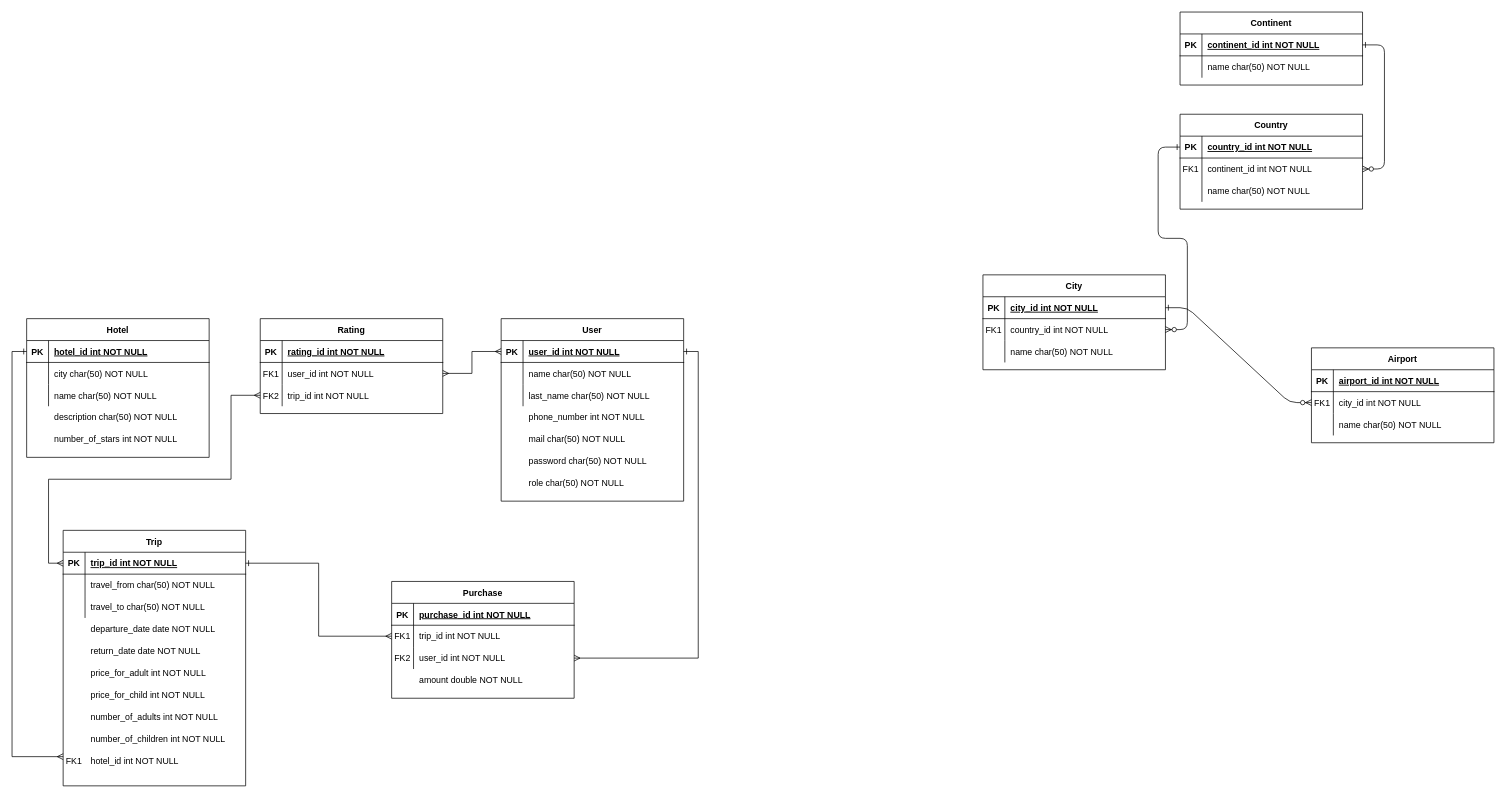
Earlier version of the draw.io diagram Diagram bez tytułu.drawio (bartlomiej-druszcz/travel-office). Source tidied: cells renumbered, new cells numbered last; positions are measured from the earlier drawing's top-left corner, leaving out a move shared by most shapes. Both pictures are drawn from the tidied source at 73%, with x=0, y=0 at pixel (12, 12).
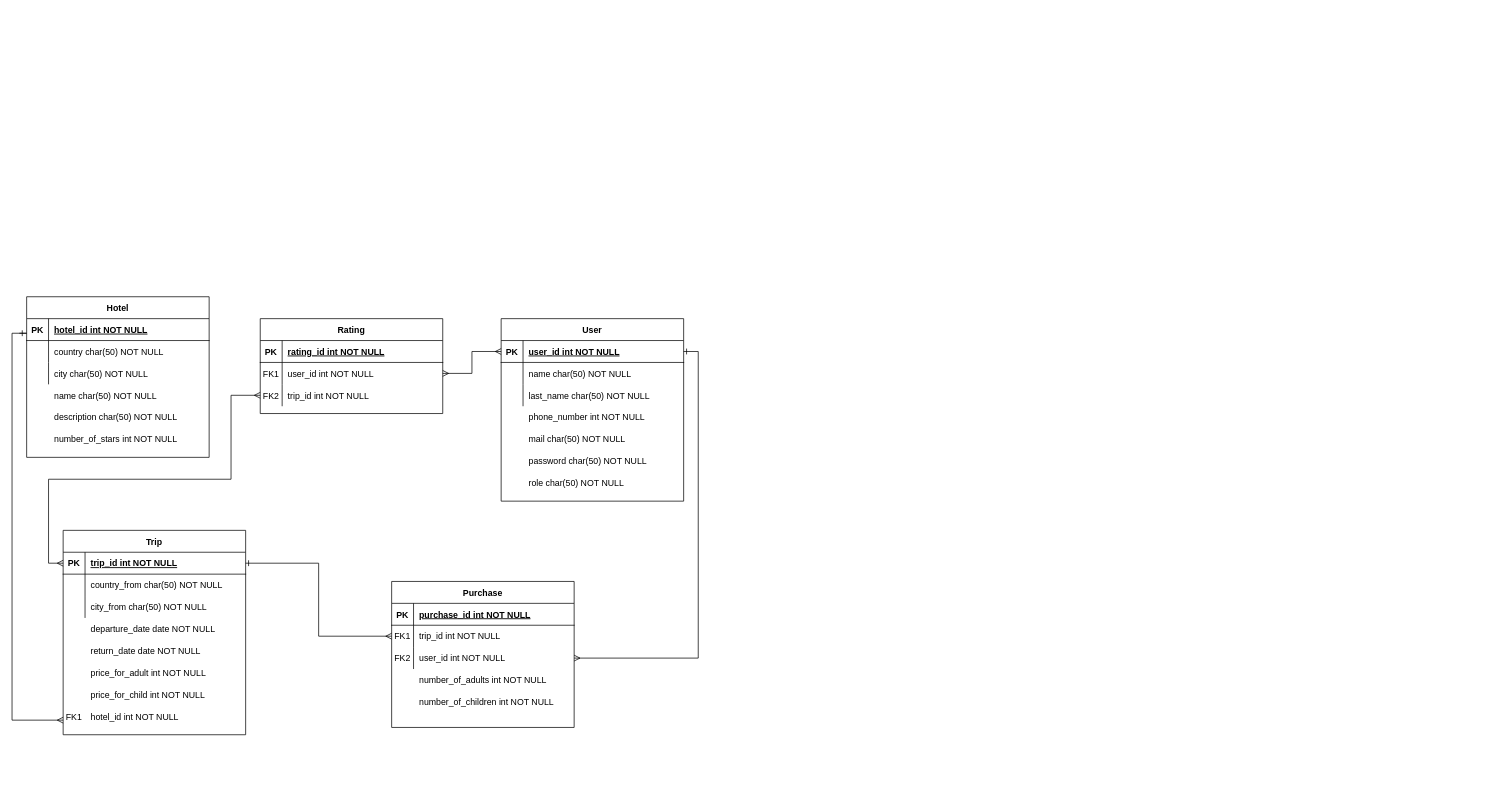
The same diagram, later.

Unchanged cells that the change refers to:
```xml
<mxCell id="43" style="shape=partialRectangle;fillColor=none;top=0;left=0;right=0;bottom=0;" parent="39" vertex="1">
  <mxGeometry y="60" width="250" height="30" as="geometry" />
</mxCell>
<mxCell id="46" style="shape=partialRectangle;fillColor=none;top=0;left=0;right=0;bottom=0;" parent="39" vertex="1">
  <mxGeometry y="90" width="250" height="30" as="geometry" />
</mxCell>
<mxCell id="54" style="shape=partialRectangle;fillColor=none;points=[[0,0.5],[1,0.5]];portConstraint=eastwest;top=0;left=0;right=0;bottom=1;" parent="53" vertex="1">
  <mxGeometry y="30" width="250" height="30" as="geometry" />
</mxCell>
<mxCell id="57" style="shape=partialRectangle;fillColor=none;top=0;left=0;right=0;bottom=0;" parent="53" vertex="1">
  <mxGeometry y="60" width="250" height="30" as="geometry" />
</mxCell>
<mxCell id="60" style="shape=partialRectangle;fillColor=none;top=0;left=0;right=0;bottom=0;" parent="53" vertex="1">
  <mxGeometry y="90" width="250" height="30" as="geometry" />
</mxCell>
```

What changed in the source:
```diff
@@
-    <mxCell id="2" value="City" style="shape=table;startSize=30;childLayout=tableLayout;rowLines=0;fontStyle=1;align=center;" parent="1" vertex="1">
-      <mxGeometry x="1330" y="360" width="250" height="130" as="geometry" />
-    </mxCell>
-    <mxCell id="3" style="shape=partialRectangle;fillColor=none;points=[[0,0.5],[1,0.5]];portConstraint=eastwest;top=0;left=0;right=0;bottom=1;" parent="2" vertex="1">
-      <mxGeometry y="30" width="250" height="30" as="geometry" />
-    </mxCell>
-    <mxCell id="4" value="PK" style="shape=partialRectangle;overflow=hidden;fillColor=none;top=0;left=0;bottom=0;right=0;fontStyle=1;" parent="3" vertex="1">
-      <mxGeometry width="30" height="30" as="geometry" />
-    </mxCell>
-    <mxCell id="5" value="city_id int NOT NULL " style="shape=partialRectangle;overflow=hidden;fillColor=none;top=0;left=0;bottom=0;right=0;align=left;spacingLeft=6;fontStyle=5;" parent="3" vertex="1">
-      <mxGeometry x="30" width="220" height="30" as="geometry" />
-    </mxCell>
-    <mxCell id="6" style="shape=partialRectangle;fillColor=none;points=[[0,0.5],[1,0.5]];portConstraint=eastwest;top=0;left=0;right=0;bottom=0;" parent="2" vertex="1">
-      <mxGeometry y="60" width="250" height="30" as="geometry" />
-    </mxCell>
-    <mxCell id="7" value="FK1" style="shape=partialRectangle;overflow=hidden;fillColor=none;top=0;left=0;bottom=0;right=0;" parent="6" vertex="1">
-      <mxGeometry width="30" height="30" as="geometry" />
-    </mxCell>
-    <mxCell id="8" value="country_id int NOT NULL" style="shape=partialRectangle;overflow=hidden;fillColor=none;top=0;left=0;bottom=0;right=0;align=left;spacingLeft=6;" parent="6" vertex="1">
-      <mxGeometry x="30" width="220" height="30" as="geometry" />
-    </mxCell>
-    <mxCell id="9" style="shape=partialRectangle;fillColor=none;top=0;left=0;right=0;bottom=0;" parent="2" vertex="1">
-      <mxGeometry y="90" width="250" height="30" as="geometry" />
-    </mxCell>
-    <mxCell id="10" style="shape=partialRectangle;overflow=hidden;fillColor=none;top=0;left=0;bottom=0;right=0;" parent="9" vertex="1">
-      <mxGeometry width="30" height="30" as="geometry" />
-    </mxCell>
-    <mxCell id="11" value="name char(50) NOT NULL" style="shape=partialRectangle;overflow=hidden;fillColor=none;top=0;left=0;bottom=0;right=0;align=left;spacingLeft=6;" parent="9" vertex="1">
-      <mxGeometry x="30" width="220" height="30" as="geometry" />
-    </mxCell>
-    <mxCell id="12" value="Country" style="shape=table;startSize=30;childLayout=tableLayout;rowLines=0;fontStyle=1;align=center;" parent="1" vertex="1">
-      <mxGeometry x="1600" y="140" width="250" height="130" as="geometry" />
-    </mxCell>
-    <mxCell id="13" style="shape=partialRectangle;fillColor=none;points=[[0,0.5],[1,0.5]];portConstraint=eastwest;top=0;left=0;right=0;bottom=1;" parent="12" vertex="1">
-      <mxGeometry y="30" width="250" height="30" as="geometry" />
-    </mxCell>
-    <mxCell id="14" value="PK" style="shape=partialRectangle;overflow=hidden;fillColor=none;top=0;left=0;bottom=0;right=0;fontStyle=1;" parent="13" vertex="1">
-      <mxGeometry width="30" height="30" as="geometry" />
-    </mxCell>
-    <mxCell id="15" value="country_id int NOT NULL " style="shape=partialRectangle;overflow=hidden;fillColor=none;top=0;left=0;bottom=0;right=0;align=left;spacingLeft=6;fontStyle=5;" parent="13" vertex="1">
-      <mxGeometry x="30" width="220" height="30" as="geometry" />
-    </mxCell>
-    <mxCell id="16" style="shape=partialRectangle;fillColor=none;points=[[0,0.5],[1,0.5]];portConstraint=eastwest;top=0;left=0;right=0;bottom=0;" parent="12" vertex="1">
-      <mxGeometry y="60" width="250" height="30" as="geometry" />
-    </mxCell>
-    <mxCell id="17" value="FK1" style="shape=partialRectangle;overflow=hidden;fillColor=none;top=0;left=0;bottom=0;right=0;" parent="16" vertex="1">
-      <mxGeometry width="30" height="30" as="geometry" />
-    </mxCell>
-    <mxCell id="18" value="continent_id int NOT NULL" style="shape=partialRectangle;overflow=hidden;fillColor=none;top=0;left=0;bottom=0;right=0;align=left;spacingLeft=6;" parent="16" vertex="1">
-      <mxGeometry x="30" width="220" height="30" as="geometry" />
-    </mxCell>
-    <mxCell id="19" style="shape=partialRectangle;fillColor=none;top=0;left=0;right=0;bottom=0;" parent="12" vertex="1">
-      <mxGeometry y="90" width="250" height="30" as="geometry" />
-    </mxCell>
-    <mxCell id="20" style="shape=partialRectangle;overflow=hidden;fillColor=none;top=0;left=0;bottom=0;right=0;" parent="19" vertex="1">
-      <mxGeometry width="30" height="30" as="geometry" />
-    </mxCell>
-    <mxCell id="21" value="name char(50) NOT NULL" style="shape=partialRectangle;overflow=hidden;fillColor=none;top=0;left=0;bottom=0;right=0;align=left;spacingLeft=6;" parent="19" vertex="1">
-      <mxGeometry x="30" width="220" height="30" as="geometry" />
-    </mxCell>
-    <mxCell id="22" value="Continent" style="shape=table;startSize=30;childLayout=tableLayout;rowLines=0;fontStyle=1;align=center;" parent="1" vertex="1">
-      <mxGeometry x="1600" width="250" height="100" as="geometry" />
-    </mxCell>
-    <mxCell id="23" style="shape=partialRectangle;fillColor=none;points=[[0,0.5],[1,0.5]];portConstraint=eastwest;top=0;left=0;right=0;bottom=1;" parent="22" vertex="1">
-      <mxGeometry y="30" width="250" height="30" as="geometry" />
-    </mxCell>
-    <mxCell id="24" value="PK" style="shape=partialRectangle;overflow=hidden;fillColor=none;top=0;left=0;bottom=0;right=0;fontStyle=1;" parent="23" vertex="1">
-      <mxGeometry width="30" height="30" as="geometry" />
-    </mxCell>
-    <mxCell id="25" value="continent_id int NOT NULL " style="shape=partialRectangle;overflow=hidden;fillColor=none;top=0;left=0;bottom=0;right=0;align=left;spacingLeft=6;fontStyle=5;" parent="23" vertex="1">
-      <mxGeometry x="30" width="220" height="30" as="geometry" />
-    </mxCell>
-    <mxCell id="26" style="shape=partialRectangle;fillColor=none;top=0;left=0;right=0;bottom=0;" parent="22" vertex="1">
-      <mxGeometry y="60" width="250" height="30" as="geometry" />
-    </mxCell>
-    <mxCell id="27" style="shape=partialRectangle;overflow=hidden;fillColor=none;top=0;left=0;bottom=0;right=0;" parent="26" vertex="1">
-      <mxGeometry width="30" height="30" as="geometry" />
-    </mxCell>
-    <mxCell id="28" value="name char(50) NOT NULL" style="shape=partialRectangle;overflow=hidden;fillColor=none;top=0;left=0;bottom=0;right=0;align=left;spacingLeft=6;" parent="26" vertex="1">
-      <mxGeometry x="30" width="220" height="30" as="geometry" />
-    </mxCell>
-    <mxCell id="29" value="Airport" style="shape=table;startSize=30;childLayout=tableLayout;rowLines=0;fontStyle=1;align=center;" parent="1" vertex="1">
-      <mxGeometry x="1780" y="460" width="250" height="130" as="geometry" />
-    </mxCell>
-    <mxCell id="30" style="shape=partialRectangle;fillColor=none;top=0;left=0;right=0;bottom=1;" parent="29" vertex="1">
-      <mxGeometry y="30" width="250" height="30" as="geometry" />
-    </mxCell>
-    <mxCell id="31" value="PK" style="shape=partialRectangle;overflow=hidden;fillColor=none;top=0;left=0;bottom=0;right=0;fontStyle=1;" parent="30" vertex="1">
-      <mxGeometry width="30" height="30" as="geometry" />
-    </mxCell>
-    <mxCell id="32" value="airport_id int NOT NULL " style="shape=partialRectangle;overflow=hidden;fillColor=none;top=0;left=0;bottom=0;right=0;align=left;spacingLeft=6;fontStyle=5;" parent="30" vertex="1">
-      <mxGeometry x="30" width="220" height="30" as="geometry" />
-    </mxCell>
-    <mxCell id="33" style="shape=partialRectangle;fillColor=none;points=[[0,0.5],[1,0.5]];portConstraint=eastwest;top=0;left=0;right=0;bottom=0;" parent="29" vertex="1">
-      <mxGeometry y="60" width="250" height="30" as="geometry" />
-    </mxCell>
-    <mxCell id="34" value="FK1" style="shape=partialRectangle;overflow=hidden;fillColor=none;top=0;left=0;bottom=0;right=0;" parent="33" vertex="1">
-      <mxGeometry width="30" height="30" as="geometry" />
-    </mxCell>
-    <mxCell id="35" value="city_id int NOT NULL" style="shape=partialRectangle;overflow=hidden;fillColor=none;top=0;left=0;bottom=0;right=0;align=left;spacingLeft=6;" parent="33" vertex="1">
-      <mxGeometry x="30" width="220" height="30" as="geometry" />
-    </mxCell>
-    <mxCell id="36" style="shape=partialRectangle;fillColor=none;top=0;left=0;right=0;bottom=0;" parent="29" vertex="1">
-      <mxGeometry y="90" width="250" height="30" as="geometry" />
-    </mxCell>
-    <mxCell id="37" style="shape=partialRectangle;overflow=hidden;fillColor=none;top=0;left=0;bottom=0;right=0;" parent="36" vertex="1">
-      <mxGeometry width="30" height="30" as="geometry" />
-    </mxCell>
-    <mxCell id="38" value="name char(50) NOT NULL" style="shape=partialRectangle;overflow=hidden;fillColor=none;top=0;left=0;bottom=0;right=0;align=left;spacingLeft=6;" parent="36" vertex="1">
-      <mxGeometry x="30" width="220" height="30" as="geometry" />
-    </mxCell>
     <mxCell id="39" value="Trip" style="shape=table;startSize=30;childLayout=tableLayout;rowLines=0;fontStyle=1;align=center;" parent="1" vertex="1">
-      <mxGeometry x="70" y="710" width="250" height="350" as="geometry" />
+      <mxGeometry x="70" y="710" width="250" height="280" as="geometry" />
     </mxCell>
@@
-    <mxCell id="45" value="travel_from char(50) NOT NULL" style="shape=partialRectangle;overflow=hidden;fillColor=none;top=0;left=0;bottom=0;right=0;align=left;spacingLeft=6;" parent="43" vertex="1">
+    <mxCell id="45" value="country_from char(50) NOT NULL" style="shape=partialRectangle;overflow=hidden;fillColor=none;top=0;left=0;bottom=0;right=0;align=left;spacingLeft=6;" parent="43" vertex="1">
       <mxGeometry x="30" width="220" height="30" as="geometry" />
     </mxCell>
@@
-    <mxCell id="48" value="travel_to char(50) NOT NULL" style="shape=partialRectangle;overflow=hidden;fillColor=none;top=0;left=0;bottom=0;right=0;align=left;spacingLeft=6;" parent="46" vertex="1">
+    <mxCell id="48" value="city_from char(50) NOT NULL" style="shape=partialRectangle;overflow=hidden;fillColor=none;top=0;left=0;bottom=0;right=0;align=left;spacingLeft=6;" parent="46" vertex="1">
       <mxGeometry x="30" width="220" height="30" as="geometry" />
     </mxCell>
@@
     <mxCell id="53" value="Hotel" style="shape=table;startSize=30;childLayout=tableLayout;rowLines=0;fontStyle=1;align=center;" parent="1" vertex="1">
-      <mxGeometry x="20" y="420" width="250" height="190" as="geometry" />
+      <mxGeometry x="20" y="390" width="250" height="220" as="geometry" />
     </mxCell>
@@
-    <mxCell id="59" value="city char(50) NOT NULL" style="shape=partialRectangle;overflow=hidden;fillColor=none;top=0;left=0;bottom=0;right=0;align=left;spacingLeft=6;" parent="57" vertex="1">
+    <mxCell id="59" value="country char(50) NOT NULL" style="shape=partialRectangle;overflow=hidden;fillColor=none;top=0;left=0;bottom=0;right=0;align=left;spacingLeft=6;" parent="57" vertex="1">
       <mxGeometry x="30" width="220" height="30" as="geometry" />
     </mxCell>
@@
-    <mxCell id="62" value="name char(50) NOT NULL" style="shape=partialRectangle;overflow=hidden;fillColor=none;top=0;left=0;bottom=0;right=0;align=left;spacingLeft=6;" parent="60" vertex="1">
+    <mxCell id="62" value="city char(50) NOT NULL" style="shape=partialRectangle;overflow=hidden;fillColor=none;top=0;left=0;bottom=0;right=0;align=left;spacingLeft=6;" parent="60" vertex="1">
       <mxGeometry x="30" width="220" height="30" as="geometry" />
     </mxCell>
@@
     <mxCell id="75" value="Purchase" style="shape=table;startSize=30;childLayout=tableLayout;rowLines=0;fontStyle=1;align=center;" parent="1" vertex="1">
-      <mxGeometry x="520" y="780" width="250" height="160" as="geometry" />
+      <mxGeometry x="520" y="780" width="250" height="200" as="geometry" />
     </mxCell>
@@
-    <mxCell id="85" value="amount double NOT NULL" style="shape=partialRectangle;overflow=hidden;fillColor=none;top=0;left=0;bottom=0;right=0;align=left;spacingLeft=6;" parent="1" vertex="1">
-      <mxGeometry x="550" y="900" width="220" height="30" as="geometry" />
-    </mxCell>
-    <mxCell id="86" style="edgeStyle=entityRelationEdgeStyle;endArrow=ERzeroToMany;startArrow=ERone;endFill=1;startFill=0;entryX=1;entryY=0.5;entryDx=0;entryDy=0;exitX=1;exitY=0.5;exitDx=0;exitDy=0;" parent="1" edge="1" source="23" target="16">
-      <mxGeometry relative="1" as="geometry" />
-    </mxCell>
-    <mxCell id="87" style="edgeStyle=entityRelationEdgeStyle;endArrow=ERzeroToMany;startArrow=ERone;endFill=1;startFill=0;exitX=0;exitY=0.5;exitDx=0;exitDy=0;entryX=1;entryY=0.5;entryDx=0;entryDy=0;" parent="1" edge="1" source="13" target="6">
-      <mxGeometry relative="1" as="geometry" />
-    </mxCell>
-    <mxCell id="88" style="edgeStyle=entityRelationEdgeStyle;endArrow=ERzeroToMany;startArrow=ERone;endFill=1;startFill=0;entryX=0;entryY=0.5;entryDx=0;entryDy=0;exitX=1;exitY=0.5;exitDx=0;exitDy=0;" parent="1" edge="1" source="3" target="33">
-      <mxGeometry relative="1" as="geometry" />
-    </mxCell>
@@
     <mxCell id="93" value="number_of_adults int NOT NULL" style="shape=partialRectangle;overflow=hidden;fillColor=none;top=0;left=0;bottom=0;right=0;align=left;spacingLeft=6;" parent="1" vertex="1">
-      <mxGeometry x="100" y="950" width="220" height="30" as="geometry" />
+      <mxGeometry x="550" y="900" width="220" height="30" as="geometry" />
     </mxCell>
     <mxCell id="94" value="number_of_children int NOT NULL" style="shape=partialRectangle;overflow=hidden;fillColor=none;top=0;left=0;bottom=0;right=0;align=left;spacingLeft=6;" parent="1" vertex="1">
-      <mxGeometry x="100" y="980" width="220" height="30" as="geometry" />
+      <mxGeometry x="550" y="930" width="220" height="30" as="geometry" />
     </mxCell>
@@
     <mxCell id="97" value="hotel_id int NOT NULL" style="shape=partialRectangle;overflow=hidden;fillColor=none;top=0;left=0;bottom=0;right=0;align=left;spacingLeft=6;" parent="1" vertex="1">
-      <mxGeometry x="100" y="1010" width="220" height="30" as="geometry" />
+      <mxGeometry x="100" y="950" width="220" height="30" as="geometry" />
     </mxCell>
-    <mxCell id="98" style="edgeStyle=orthogonalEdgeStyle;rounded=0;jettySize=auto;html=1;entryX=0;entryY=0.5;entryDx=0;entryDy=0;endArrow=ERone;endFill=0;startArrow=ERmany;startFill=0;" parent="1" edge="1" target="54">
+    <mxCell id="98" style="edgeStyle=orthogonalEdgeStyle;rounded=0;orthogonalLoop=1;jettySize=auto;html=1;endArrow=ERone;endFill=0;startArrow=ERmany;startFill=0;" parent="1" edge="1">
       <mxGeometry relative="1" as="geometry">
-        <mxPoint x="70" y="1020" as="sourcePoint" />
+        <mxPoint x="70" y="970" as="sourcePoint" />
+        <mxPoint x="10" y="440" as="targetPoint" />
         <Array as="points">
-          <mxPoint y="1020" />
-          <mxPoint y="465" />
+          <mxPoint y="970" />
+          <mxPoint y="440" />
+          <mxPoint x="20" y="440" />
         </Array>
       </mxGeometry>
     </mxCell>
     <mxCell id="99" value="FK1" style="shape=partialRectangle;overflow=hidden;fillColor=none;top=0;left=0;bottom=0;right=0;" parent="1" vertex="1">
-      <mxGeometry x="70" y="1010" width="30" height="30" as="geometry" />
+      <mxGeometry x="70" y="950" width="30" height="30" as="geometry" />
     </mxCell>
@@
+    <mxCell id="114" value="name char(50) NOT NULL" style="shape=partialRectangle;overflow=hidden;fillColor=none;top=0;left=0;bottom=0;right=0;align=left;spacingLeft=6;" parent="1" vertex="1">
+      <mxGeometry x="50" y="510" width="220" height="30" as="geometry" />
+    </mxCell>
```
